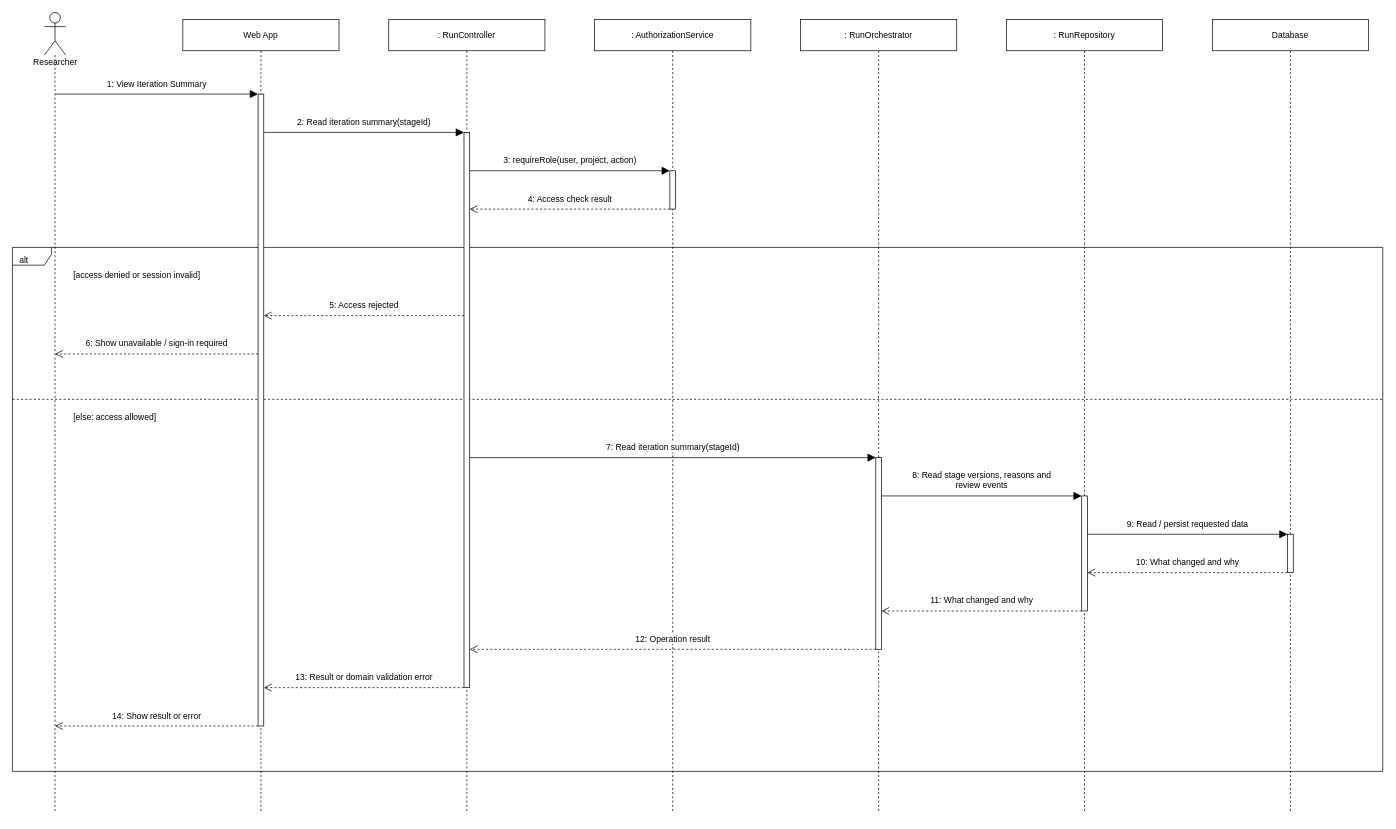
Earlier version of the draw.io diagram page "View Iteration Summary" (12 of 17) of diagrams/08-sequence/04-research-run-orchestration/Sequence-Diagrams-Research-Run-Orchestration.drawio (openai-scientist/docs). Source tidied: cells renumbered, new cells numbered last; positions are measured from the earlier drawing's top-left corner, leaving out a move shared by most shapes. Both pictures are drawn from the tidied source at 71%, with x=0, y=0 at pixel (12, 12).
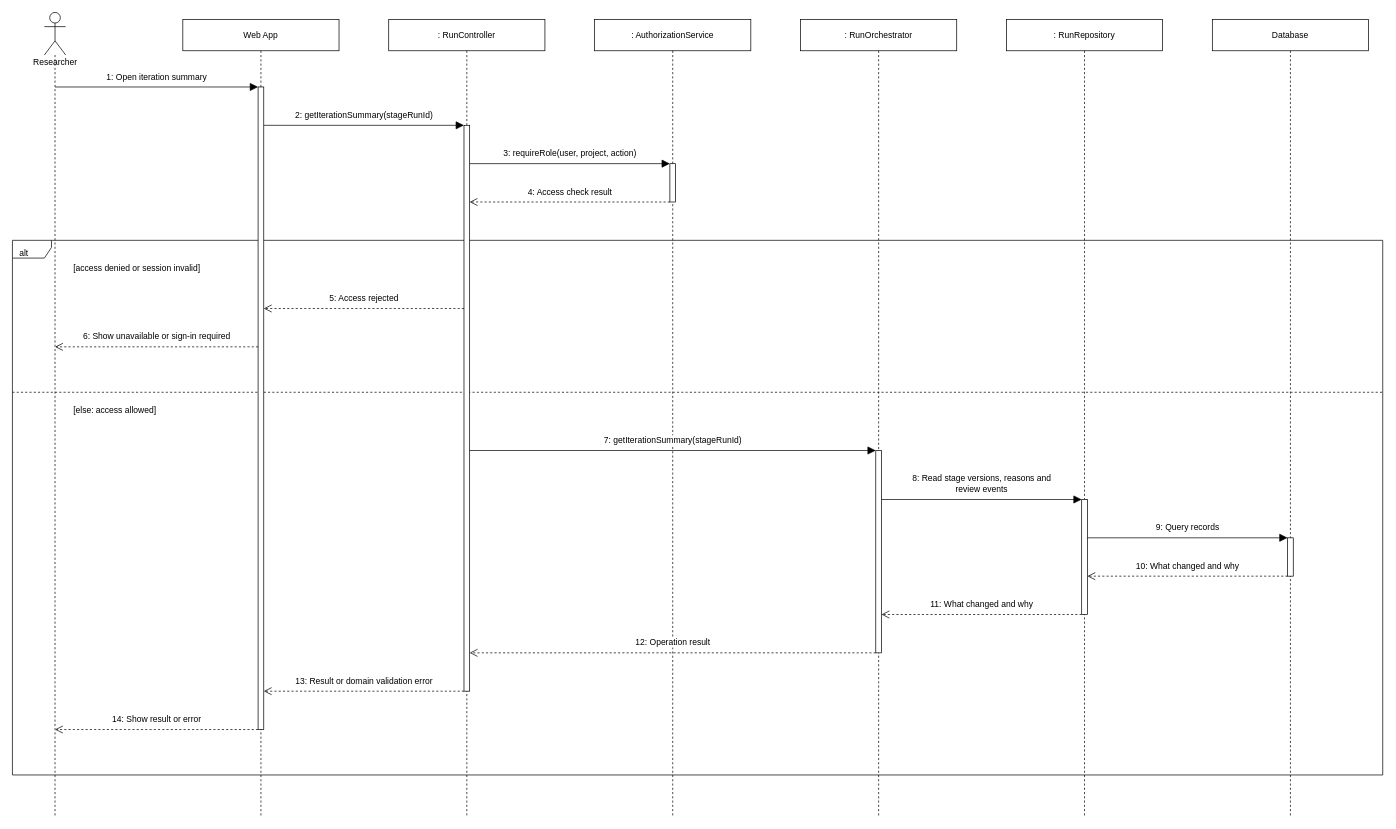
The same page after the edit.

The edit, as a diff of the source:
```diff
@@
     <mxCell id="2" value="alt" style="html=1;fontFamily=Arial;fontSize=12;fontColor=#000000;strokeColor=#000000;strokeWidth=1;fillColor=#FFFFFF;shape=umlFrame;fillColor=none;width=55;height=25;align=left;verticalAlign=top;spacingLeft=8;spacingTop=5;" parent="1" vertex="1">
-      <mxGeometry y="331" width="1930" height="738" as="geometry" />
+      <mxGeometry y="321" width="1930" height="753" as="geometry" />
     </mxCell>
     <mxCell id="3" value="[access denied or session invalid]" style="html=1;fontFamily=Arial;fontSize=12;fontColor=#000000;strokeColor=#000000;strokeWidth=1;fillColor=#FFFFFF;text;strokeColor=none;fillColor=none;align=left;verticalAlign=top;" parent="1" vertex="1">
-      <mxGeometry x="84" y="357" width="1831" height="30" as="geometry" />
+      <mxGeometry x="84" y="347" width="1831" height="30" as="geometry" />
     </mxCell>
     <mxCell id="4" value="[else: access allowed]" style="html=1;fontFamily=Arial;fontSize=12;fontColor=#000000;strokeColor=#000000;strokeWidth=1;fillColor=#FFFFFF;text;strokeColor=none;fillColor=none;align=left;verticalAlign=top;" parent="1" vertex="1">
-      <mxGeometry x="84" y="557" width="1831" height="30" as="geometry" />
+      <mxGeometry x="84" y="547" width="1831" height="30" as="geometry" />
     </mxCell>
     <mxCell id="5" style="html=1;fontFamily=Arial;fontSize=12;fontColor=#000000;strokeColor=#000000;strokeWidth=1;fillColor=#FFFFFF;dashed=1;endArrow=none;" parent="1" edge="1">
       <mxGeometry relative="1" as="geometry">
-        <mxPoint y="545" as="sourcePoint" />
-        <mxPoint x="1930" y="545" as="targetPoint" />
+        <mxPoint y="535" as="sourcePoint" />
+        <mxPoint x="1930" y="535" as="targetPoint" />
       </mxGeometry>
     </mxCell>
     <mxCell id="6" value="Researcher" style="html=1;fontFamily=Arial;fontSize=12;fontColor=#000000;strokeColor=#000000;strokeWidth=1;fillColor=#FFFFFF;shape=umlLifeline;participant=umlActor;size=60;perimeter=lifelinePerimeter;verticalAlign=bottom;spacingBottom=-20;" parent="1" vertex="1">
-      <mxGeometry x="45" width="30" height="1127" as="geometry" />
+      <mxGeometry x="45" width="30" height="1132" as="geometry" />
     </mxCell>
     <mxCell id="7" value="Web App" style="html=1;fontFamily=Arial;fontSize=12;fontColor=#000000;strokeColor=#000000;strokeWidth=1;fillColor=#FFFFFF;shape=umlLifeline;size=44;perimeter=lifelinePerimeter;whiteSpace=wrap;" parent="1" vertex="1">
-      <mxGeometry x="240" y="10" width="220" height="1117" as="geometry" />
+      <mxGeometry x="240" y="10" width="220" height="1122" as="geometry" />
     </mxCell>
     <mxCell id="8" value=": RunController" style="html=1;fontFamily=Arial;fontSize=12;fontColor=#000000;strokeColor=#000000;strokeWidth=1;fillColor=#FFFFFF;shape=umlLifeline;size=44;perimeter=lifelinePerimeter;whiteSpace=wrap;" parent="1" vertex="1">
-      <mxGeometry x="530" y="10" width="220" height="1117" as="geometry" />
+      <mxGeometry x="530" y="10" width="220" height="1122" as="geometry" />
     </mxCell>
     <mxCell id="9" value=": AuthorizationService" style="html=1;fontFamily=Arial;fontSize=12;fontColor=#000000;strokeColor=#000000;strokeWidth=1;fillColor=#FFFFFF;shape=umlLifeline;size=44;perimeter=lifelinePerimeter;whiteSpace=wrap;" parent="1" vertex="1">
-      <mxGeometry x="820" y="10" width="220" height="1117" as="geometry" />
+      <mxGeometry x="820" y="10" width="220" height="1122" as="geometry" />
     </mxCell>
     <mxCell id="10" value=": RunOrchestrator" style="html=1;fontFamily=Arial;fontSize=12;fontColor=#000000;strokeColor=#000000;strokeWidth=1;fillColor=#FFFFFF;shape=umlLifeline;size=44;perimeter=lifelinePerimeter;whiteSpace=wrap;" parent="1" vertex="1">
-      <mxGeometry x="1110" y="10" width="220" height="1117" as="geometry" />
+      <mxGeometry x="1110" y="10" width="220" height="1122" as="geometry" />
     </mxCell>
     <mxCell id="11" value=": RunRepository" style="html=1;fontFamily=Arial;fontSize=12;fontColor=#000000;strokeColor=#000000;strokeWidth=1;fillColor=#FFFFFF;shape=umlLifeline;size=44;perimeter=lifelinePerimeter;whiteSpace=wrap;" parent="1" vertex="1">
-      <mxGeometry x="1400" y="10" width="220" height="1117" as="geometry" />
+      <mxGeometry x="1400" y="10" width="220" height="1122" as="geometry" />
     </mxCell>
     <mxCell id="12" value="Database" style="html=1;fontFamily=Arial;fontSize=12;fontColor=#000000;strokeColor=#000000;strokeWidth=1;fillColor=#FFFFFF;shape=umlLifeline;size=44;perimeter=lifelinePerimeter;whiteSpace=wrap;" parent="1" vertex="1">
-      <mxGeometry x="1690" y="10" width="220" height="1117" as="geometry" />
+      <mxGeometry x="1690" y="10" width="220" height="1122" as="geometry" />
     </mxCell>
     <mxCell id="13" style="html=1;fontFamily=Arial;fontSize=12;fontColor=#000000;strokeColor=#000000;strokeWidth=1;fillColor=#FFFFFF;" parent="7" vertex="1">
-      <mxGeometry x="106" y="105" width="8" height="890" as="geometry" />
+      <mxGeometry x="106" y="95" width="8" height="905" as="geometry" />
     </mxCell>
     <mxCell id="14" style="html=1;fontFamily=Arial;fontSize=12;fontColor=#000000;strokeColor=#000000;strokeWidth=1;fillColor=#FFFFFF;" parent="8" vertex="1">
-      <mxGeometry x="106" y="159" width="8" height="782" as="geometry" />
+      <mxGeometry x="106" y="149" width="8" height="797" as="geometry" />
     </mxCell>
     <mxCell id="15" style="html=1;fontFamily=Arial;fontSize=12;fontColor=#000000;strokeColor=#000000;strokeWidth=1;fillColor=#FFFFFF;" parent="9" vertex="1">
-      <mxGeometry x="106" y="213" width="8" height="54" as="geometry" />
+      <mxGeometry x="106" y="203" width="8" height="54" as="geometry" />
     </mxCell>
     <mxCell id="16" style="html=1;fontFamily=Arial;fontSize=12;fontColor=#000000;strokeColor=#000000;strokeWidth=1;fillColor=#FFFFFF;" parent="10" vertex="1">
-      <mxGeometry x="106" y="617" width="8" height="270" as="geometry" />
+      <mxGeometry x="106" y="607" width="8" height="285" as="geometry" />
     </mxCell>
     <mxCell id="17" style="html=1;fontFamily=Arial;fontSize=12;fontColor=#000000;strokeColor=#000000;strokeWidth=1;fillColor=#FFFFFF;" parent="11" vertex="1">
-      <mxGeometry x="106" y="671" width="8" height="162" as="geometry" />
+      <mxGeometry x="106" y="676" width="8" height="162" as="geometry" />
     </mxCell>
     <mxCell id="18" style="html=1;fontFamily=Arial;fontSize=12;fontColor=#000000;strokeColor=#000000;strokeWidth=1;fillColor=#FFFFFF;" parent="12" vertex="1">
-      <mxGeometry x="106" y="725" width="8" height="54" as="geometry" />
+      <mxGeometry x="106" y="730" width="8" height="54" as="geometry" />
     </mxCell>
-    <mxCell id="19" value="1: View Iteration Summary" style="html=1;fontFamily=Arial;fontSize=12;fontColor=#000000;strokeColor=#000000;strokeWidth=1;fillColor=#FFFFFF;edgeStyle=none;rounded=0;endSize=9;endArrow=block;endFill=1;labelBackgroundColor=#FFFFFF;verticalAlign=bottom;spacingBottom=5;exitX=0.5;exitY=0.10204081632653061;entryX=0;entryY=0.0;exitPerimeter=0;entryPerimeter=0;" parent="1" edge="1" source="6" target="13">
+    <mxCell id="19" value="1: Open iteration summary" style="html=1;fontFamily=Arial;fontSize=12;fontColor=#000000;strokeColor=#000000;strokeWidth=1;fillColor=#FFFFFF;edgeStyle=none;rounded=0;endSize=9;endArrow=block;endFill=1;labelBackgroundColor=#FFFFFF;verticalAlign=bottom;spacingBottom=5;exitX=0.5;exitY=0.09275618374558305;entryX=0;entryY=0.0;exitPerimeter=0;entryPerimeter=0;" parent="1" edge="1" source="6" target="13">
       <mxGeometry relative="1" as="geometry" />
     </mxCell>
-    <mxCell id="20" value="2: Read iteration summary(stageId)" style="html=1;fontFamily=Arial;fontSize=12;fontColor=#000000;strokeColor=#000000;strokeWidth=1;fillColor=#FFFFFF;edgeStyle=none;rounded=0;endSize=9;endArrow=block;endFill=1;labelBackgroundColor=#FFFFFF;verticalAlign=bottom;spacingBottom=5;exitX=1;exitY=0.060674157303370786;entryX=0;entryY=0.0;exitPerimeter=0;entryPerimeter=0;" parent="1" edge="1" source="13" target="14">
+    <mxCell id="20" value="2: getIterationSummary(stageRunId)" style="html=1;fontFamily=Arial;fontSize=12;fontColor=#000000;strokeColor=#000000;strokeWidth=1;fillColor=#FFFFFF;edgeStyle=none;rounded=0;endSize=9;endArrow=block;endFill=1;labelBackgroundColor=#FFFFFF;verticalAlign=bottom;spacingBottom=5;exitX=1;exitY=0.05966850828729282;entryX=0;entryY=0.0;exitPerimeter=0;entryPerimeter=0;" parent="1" edge="1" source="13" target="14">
       <mxGeometry relative="1" as="geometry" />
     </mxCell>
-    <mxCell id="21" value="3: requireRole(user, project, action)" style="html=1;fontFamily=Arial;fontSize=12;fontColor=#000000;strokeColor=#000000;strokeWidth=1;fillColor=#FFFFFF;edgeStyle=none;rounded=0;endSize=9;endArrow=block;endFill=1;labelBackgroundColor=#FFFFFF;verticalAlign=bottom;spacingBottom=5;exitX=1;exitY=0.06905370843989769;entryX=0;entryY=0.0;exitPerimeter=0;entryPerimeter=0;" parent="1" edge="1" source="14" target="15">
+    <mxCell id="21" value="3: requireRole(user, project, action)" style="html=1;fontFamily=Arial;fontSize=12;fontColor=#000000;strokeColor=#000000;strokeWidth=1;fillColor=#FFFFFF;edgeStyle=none;rounded=0;endSize=9;endArrow=block;endFill=1;labelBackgroundColor=#FFFFFF;verticalAlign=bottom;spacingBottom=5;exitX=1;exitY=0.06775407779171895;entryX=0;entryY=0.0;exitPerimeter=0;entryPerimeter=0;" parent="1" edge="1" source="14" target="15">
       <mxGeometry relative="1" as="geometry" />
     </mxCell>
-    <mxCell id="22" value="4: Access check result" style="html=1;fontFamily=Arial;fontSize=12;fontColor=#000000;strokeColor=#000000;strokeWidth=1;fillColor=#FFFFFF;edgeStyle=none;rounded=0;endSize=9;dashed=1;endArrow=open;endFill=0;labelBackgroundColor=#FFFFFF;verticalAlign=bottom;spacingBottom=5;exitX=0;exitY=1.0;entryX=1;entryY=0.13810741687979539;exitPerimeter=0;entryPerimeter=0;" parent="1" edge="1" source="15" target="14">
+    <mxCell id="22" value="4: Access check result" style="html=1;fontFamily=Arial;fontSize=12;fontColor=#000000;strokeColor=#000000;strokeWidth=1;fillColor=#FFFFFF;edgeStyle=none;rounded=0;endSize=9;dashed=1;endArrow=open;endFill=0;labelBackgroundColor=#FFFFFF;verticalAlign=bottom;spacingBottom=5;exitX=0;exitY=1.0;entryX=1;entryY=0.1355081555834379;exitPerimeter=0;entryPerimeter=0;" parent="1" edge="1" source="15" target="14">
       <mxGeometry relative="1" as="geometry" />
     </mxCell>
-    <mxCell id="23" value="5: Access rejected" style="html=1;fontFamily=Arial;fontSize=12;fontColor=#000000;strokeColor=#000000;strokeWidth=1;fillColor=#FFFFFF;edgeStyle=none;rounded=0;endSize=9;dashed=1;endArrow=open;endFill=0;labelBackgroundColor=#FFFFFF;verticalAlign=bottom;spacingBottom=5;exitX=0;exitY=0.329923273657289;entryX=1;entryY=0.350561797752809;exitPerimeter=0;entryPerimeter=0;" parent="1" edge="1" source="14" target="13">
+    <mxCell id="23" value="5: Access rejected" style="html=1;fontFamily=Arial;fontSize=12;fontColor=#000000;strokeColor=#000000;strokeWidth=1;fillColor=#FFFFFF;edgeStyle=none;rounded=0;endSize=9;dashed=1;endArrow=open;endFill=0;labelBackgroundColor=#FFFFFF;verticalAlign=bottom;spacingBottom=5;exitX=0;exitY=0.3237139272271016;entryX=1;entryY=0.3447513812154696;exitPerimeter=0;entryPerimeter=0;" parent="1" edge="1" source="14" target="13">
       <mxGeometry relative="1" as="geometry" />
     </mxCell>
-    <mxCell id="24" value="6: Show unavailable / sign-in required" style="html=1;fontFamily=Arial;fontSize=12;fontColor=#000000;strokeColor=#000000;strokeWidth=1;fillColor=#FFFFFF;edgeStyle=none;rounded=0;endSize=9;dashed=1;endArrow=open;endFill=0;labelBackgroundColor=#FFFFFF;verticalAlign=bottom;spacingBottom=5;exitX=0;exitY=0.41123595505617977;entryX=0.5;entryY=0.42679680567879325;exitPerimeter=0;entryPerimeter=0;" parent="1" edge="1" source="13" target="6">
+    <mxCell id="24" value="6: Show unavailable or sign-in required" style="html=1;fontFamily=Arial;fontSize=12;fontColor=#000000;strokeColor=#000000;strokeWidth=1;fillColor=#FFFFFF;edgeStyle=none;rounded=0;endSize=9;dashed=1;endArrow=open;endFill=0;labelBackgroundColor=#FFFFFF;verticalAlign=bottom;spacingBottom=5;exitX=0;exitY=0.4044198895027624;entryX=0.5;entryY=0.4160777385159011;exitPerimeter=0;entryPerimeter=0;" parent="1" edge="1" source="13" target="6">
       <mxGeometry relative="1" as="geometry" />
     </mxCell>
-    <mxCell id="25" value="7: Read iteration summary(stageId)" style="html=1;fontFamily=Arial;fontSize=12;fontColor=#000000;strokeColor=#000000;strokeWidth=1;fillColor=#FFFFFF;edgeStyle=none;rounded=0;endSize=9;endArrow=block;endFill=1;labelBackgroundColor=#FFFFFF;verticalAlign=bottom;spacingBottom=5;exitX=1;exitY=0.5856777493606138;entryX=0;entryY=0.0;exitPerimeter=0;entryPerimeter=0;" parent="1" edge="1" source="14" target="16">
+    <mxCell id="25" value="7: getIterationSummary(stageRunId)" style="html=1;fontFamily=Arial;fontSize=12;fontColor=#000000;strokeColor=#000000;strokeWidth=1;fillColor=#FFFFFF;edgeStyle=none;rounded=0;endSize=9;endArrow=block;endFill=1;labelBackgroundColor=#FFFFFF;verticalAlign=bottom;spacingBottom=5;exitX=1;exitY=0.5746549560853199;entryX=0;entryY=0.0;exitPerimeter=0;entryPerimeter=0;" parent="1" edge="1" source="14" target="16">
       <mxGeometry relative="1" as="geometry" />
     </mxCell>
-    <mxCell id="26" value="8: Read stage versions, reasons and&lt;br&gt;review events" style="html=1;fontFamily=Arial;fontSize=12;fontColor=#000000;strokeColor=#000000;strokeWidth=1;fillColor=#FFFFFF;edgeStyle=none;rounded=0;endSize=9;endArrow=block;endFill=1;labelBackgroundColor=#FFFFFF;verticalAlign=bottom;spacingBottom=5;exitX=1;exitY=0.2;entryX=0;entryY=0.0;exitPerimeter=0;entryPerimeter=0;" parent="1" edge="1" source="16" target="17">
+    <mxCell id="26" value="8: Read stage versions, reasons and&lt;br&gt;review events" style="html=1;fontFamily=Arial;fontSize=12;fontColor=#000000;strokeColor=#000000;strokeWidth=1;fillColor=#FFFFFF;edgeStyle=none;rounded=0;endSize=9;endArrow=block;endFill=1;labelBackgroundColor=#FFFFFF;verticalAlign=bottom;spacingBottom=5;exitX=1;exitY=0.24210526315789474;entryX=0;entryY=0.0;exitPerimeter=0;entryPerimeter=0;" parent="1" edge="1" source="16" target="17">
       <mxGeometry relative="1" as="geometry" />
     </mxCell>
-    <mxCell id="27" value="9: Read / persist requested data" style="html=1;fontFamily=Arial;fontSize=12;fontColor=#000000;strokeColor=#000000;strokeWidth=1;fillColor=#FFFFFF;edgeStyle=none;rounded=0;endSize=9;endArrow=block;endFill=1;labelBackgroundColor=#FFFFFF;verticalAlign=bottom;spacingBottom=5;exitX=1;exitY=0.3333333333333333;entryX=0;entryY=0.0;exitPerimeter=0;entryPerimeter=0;" parent="1" edge="1" source="17" target="18">
+    <mxCell id="27" value="9: Query records" style="html=1;fontFamily=Arial;fontSize=12;fontColor=#000000;strokeColor=#000000;strokeWidth=1;fillColor=#FFFFFF;edgeStyle=none;rounded=0;endSize=9;endArrow=block;endFill=1;labelBackgroundColor=#FFFFFF;verticalAlign=bottom;spacingBottom=5;exitX=1;exitY=0.3333333333333333;entryX=0;entryY=0.0;exitPerimeter=0;entryPerimeter=0;" parent="1" edge="1" source="17" target="18">
       <mxGeometry relative="1" as="geometry" />
     </mxCell>
@@
-    <mxCell id="29" value="11: What changed and why" style="html=1;fontFamily=Arial;fontSize=12;fontColor=#000000;strokeColor=#000000;strokeWidth=1;fillColor=#FFFFFF;edgeStyle=none;rounded=0;endSize=9;dashed=1;endArrow=open;endFill=0;labelBackgroundColor=#FFFFFF;verticalAlign=bottom;spacingBottom=5;exitX=0;exitY=1.0;entryX=1;entryY=0.8;exitPerimeter=0;entryPerimeter=0;" parent="1" edge="1" source="17" target="16">
+    <mxCell id="29" value="11: What changed and why" style="html=1;fontFamily=Arial;fontSize=12;fontColor=#000000;strokeColor=#000000;strokeWidth=1;fillColor=#FFFFFF;edgeStyle=none;rounded=0;endSize=9;dashed=1;endArrow=open;endFill=0;labelBackgroundColor=#FFFFFF;verticalAlign=bottom;spacingBottom=5;exitX=0;exitY=1.0;entryX=1;entryY=0.8105263157894737;exitPerimeter=0;entryPerimeter=0;" parent="1" edge="1" source="17" target="16">
       <mxGeometry relative="1" as="geometry" />
     </mxCell>
-    <mxCell id="30" value="12: Operation result" style="html=1;fontFamily=Arial;fontSize=12;fontColor=#000000;strokeColor=#000000;strokeWidth=1;fillColor=#FFFFFF;edgeStyle=none;rounded=0;endSize=9;dashed=1;endArrow=open;endFill=0;labelBackgroundColor=#FFFFFF;verticalAlign=bottom;spacingBottom=5;exitX=0;exitY=1.0;entryX=1;entryY=0.9309462915601023;exitPerimeter=0;entryPerimeter=0;" parent="1" edge="1" source="16" target="14">
+    <mxCell id="30" value="12: Operation result" style="html=1;fontFamily=Arial;fontSize=12;fontColor=#000000;strokeColor=#000000;strokeWidth=1;fillColor=#FFFFFF;edgeStyle=none;rounded=0;endSize=9;dashed=1;endArrow=open;endFill=0;labelBackgroundColor=#FFFFFF;verticalAlign=bottom;spacingBottom=5;exitX=0;exitY=1.0;entryX=1;entryY=0.9322459222082811;exitPerimeter=0;entryPerimeter=0;" parent="1" edge="1" source="16" target="14">
       <mxGeometry relative="1" as="geometry" />
     </mxCell>
-    <mxCell id="31" value="13: Result or domain validation error" style="html=1;fontFamily=Arial;fontSize=12;fontColor=#000000;strokeColor=#000000;strokeWidth=1;fillColor=#FFFFFF;edgeStyle=none;rounded=0;endSize=9;dashed=1;endArrow=open;endFill=0;labelBackgroundColor=#FFFFFF;verticalAlign=bottom;spacingBottom=5;exitX=0;exitY=1.0;entryX=1;entryY=0.9393258426966292;exitPerimeter=0;entryPerimeter=0;" parent="1" edge="1" source="14" target="13">
+    <mxCell id="31" value="13: Result or domain validation error" style="html=1;fontFamily=Arial;fontSize=12;fontColor=#000000;strokeColor=#000000;strokeWidth=1;fillColor=#FFFFFF;edgeStyle=none;rounded=0;endSize=9;dashed=1;endArrow=open;endFill=0;labelBackgroundColor=#FFFFFF;verticalAlign=bottom;spacingBottom=5;exitX=0;exitY=1.0;entryX=1;entryY=0.9403314917127071;exitPerimeter=0;entryPerimeter=0;" parent="1" edge="1" source="14" target="13">
       <mxGeometry relative="1" as="geometry" />
     </mxCell>
-    <mxCell id="32" value="14: Show result or error" style="html=1;fontFamily=Arial;fontSize=12;fontColor=#000000;strokeColor=#000000;strokeWidth=1;fillColor=#FFFFFF;edgeStyle=none;rounded=0;endSize=9;dashed=1;endArrow=open;endFill=0;labelBackgroundColor=#FFFFFF;verticalAlign=bottom;spacingBottom=5;exitX=0;exitY=1.0;entryX=0.5;entryY=0.8917480035492458;exitPerimeter=0;entryPerimeter=0;" parent="1" edge="1" source="13" target="6">
+    <mxCell id="32" value="14: Show result or error" style="html=1;fontFamily=Arial;fontSize=12;fontColor=#000000;strokeColor=#000000;strokeWidth=1;fillColor=#FFFFFF;edgeStyle=none;rounded=0;endSize=9;dashed=1;endArrow=open;endFill=0;labelBackgroundColor=#FFFFFF;verticalAlign=bottom;spacingBottom=5;exitX=0;exitY=1.0;entryX=0.5;entryY=0.892226148409894;exitPerimeter=0;entryPerimeter=0;" parent="1" edge="1" source="13" target="6">
       <mxGeometry relative="1" as="geometry" />
     </mxCell>
```
